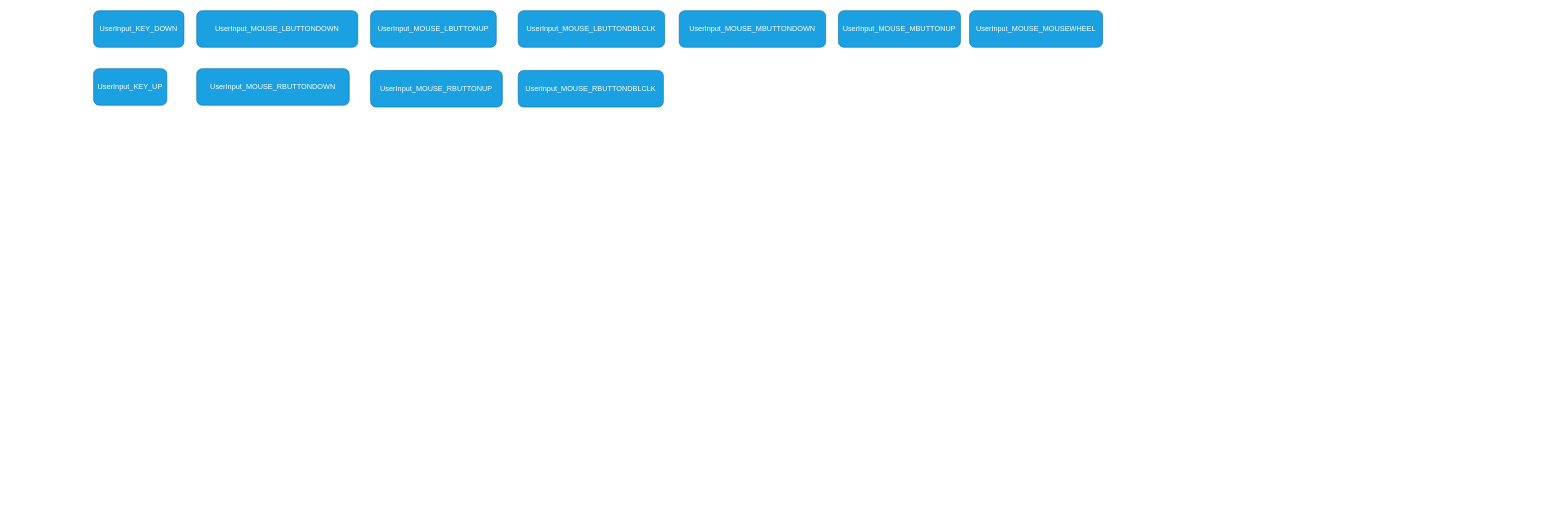
The draw.io diagram page "usdrinput.cpp" (5 of 17) of GLPA/設計書.drawio in Tanso-mct/GLPA, before the edit. Source tidied: cells renumbered, new cells numbered last; positions are measured from the earlier drawing's top-left corner, leaving out a move shared by most shapes. Both pictures are drawn from the tidied source at 61%, with x=0, y=0 at pixel (93, 10).
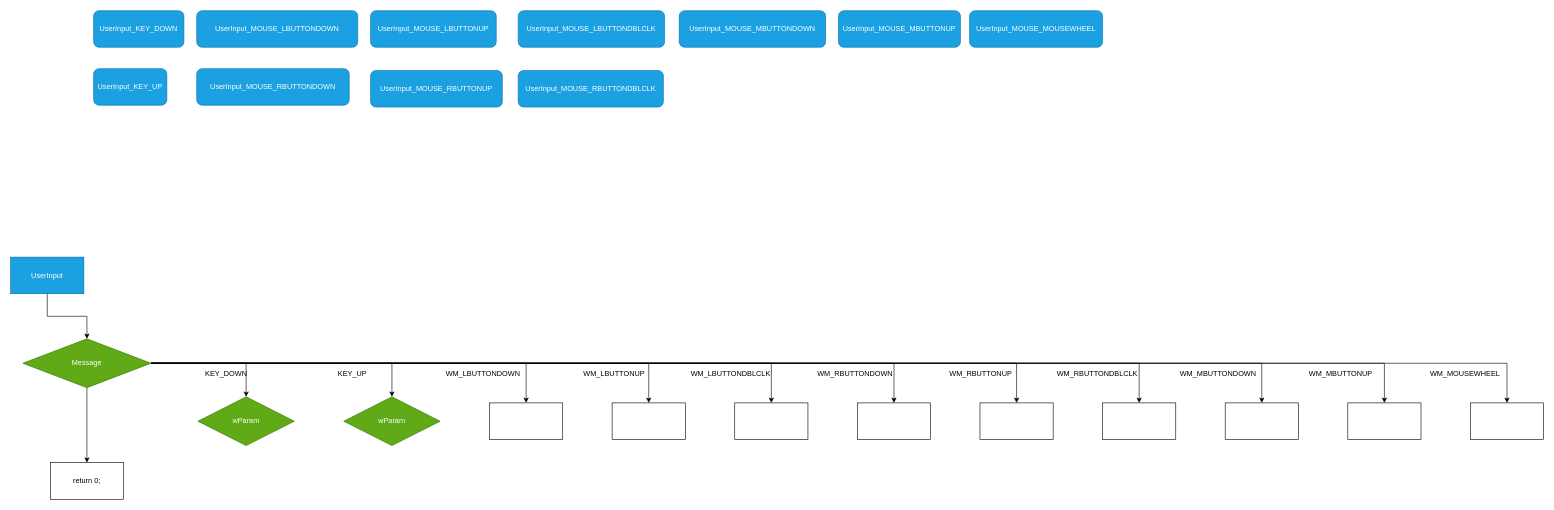
The same diagram, later.

Diff of the diagram source:
```diff
@@
+    <mxCell id="13" style="edgeStyle=orthogonalEdgeStyle;rounded=0;jettySize=auto;html=1;" parent="1" edge="1" source="14" target="27">
+      <mxGeometry relative="1" as="geometry" />
+    </mxCell>
+    <mxCell id="14" value="UserInput" style="whiteSpace=wrap;html=1;fillColor=#1ba1e2;fontColor=#ffffff;strokeColor=#006EAF;" parent="1" vertex="1">
+      <mxGeometry x="-136" y="404" width="120" height="60" as="geometry" />
+    </mxCell>
+    <mxCell id="15" style="edgeStyle=orthogonalEdgeStyle;rounded=0;jettySize=auto;html=1;entryX=0.5;entryY=0;entryDx=0;entryDy=0;" parent="1" edge="1" source="27" target="29">
+      <mxGeometry relative="1" as="geometry" />
+    </mxCell>
+    <mxCell id="16" style="edgeStyle=orthogonalEdgeStyle;rounded=0;jettySize=auto;html=1;entryX=0.5;entryY=0;entryDx=0;entryDy=0;" parent="1" edge="1" source="27" target="31">
+      <mxGeometry relative="1" as="geometry" />
+    </mxCell>
+    <mxCell id="17" style="edgeStyle=orthogonalEdgeStyle;rounded=0;jettySize=auto;html=1;entryX=0.5;entryY=0;entryDx=0;entryDy=0;" parent="1" edge="1" source="27" target="32">
+      <mxGeometry relative="1" as="geometry" />
+    </mxCell>
+    <mxCell id="18" style="edgeStyle=orthogonalEdgeStyle;rounded=0;jettySize=auto;html=1;entryX=0.5;entryY=0;entryDx=0;entryDy=0;" parent="1" edge="1" source="27" target="33">
+      <mxGeometry relative="1" as="geometry" />
+    </mxCell>
+    <mxCell id="19" style="edgeStyle=orthogonalEdgeStyle;rounded=0;jettySize=auto;html=1;" parent="1" edge="1" source="27" target="37">
+      <mxGeometry relative="1" as="geometry" />
+    </mxCell>
+    <mxCell id="20" style="edgeStyle=orthogonalEdgeStyle;rounded=0;jettySize=auto;html=1;entryX=0.5;entryY=0;entryDx=0;entryDy=0;" parent="1" edge="1" source="27" target="38">
+      <mxGeometry relative="1" as="geometry" />
+    </mxCell>
+    <mxCell id="21" style="edgeStyle=orthogonalEdgeStyle;rounded=0;jettySize=auto;html=1;entryX=0.5;entryY=0;entryDx=0;entryDy=0;" parent="1" edge="1" source="27" target="40">
+      <mxGeometry relative="1" as="geometry" />
+    </mxCell>
+    <mxCell id="22" style="edgeStyle=orthogonalEdgeStyle;rounded=0;jettySize=auto;html=1;entryX=0.5;entryY=0;entryDx=0;entryDy=0;" parent="1" edge="1" source="27" target="42">
+      <mxGeometry relative="1" as="geometry" />
+    </mxCell>
+    <mxCell id="23" style="edgeStyle=orthogonalEdgeStyle;rounded=0;jettySize=auto;html=1;entryX=0.5;entryY=0;entryDx=0;entryDy=0;" parent="1" edge="1" source="27" target="47">
+      <mxGeometry relative="1" as="geometry" />
+    </mxCell>
+    <mxCell id="24" style="edgeStyle=orthogonalEdgeStyle;rounded=0;jettySize=auto;html=1;entryX=0.5;entryY=0;entryDx=0;entryDy=0;" parent="1" edge="1" source="27" target="48">
+      <mxGeometry relative="1" as="geometry" />
+    </mxCell>
+    <mxCell id="25" style="edgeStyle=orthogonalEdgeStyle;rounded=0;jettySize=auto;html=1;entryX=0.5;entryY=0;entryDx=0;entryDy=0;" parent="1" edge="1" source="27" target="49">
+      <mxGeometry relative="1" as="geometry" />
+    </mxCell>
+    <mxCell id="26" style="edgeStyle=orthogonalEdgeStyle;rounded=0;jettySize=auto;html=1;" parent="1" edge="1" source="27" target="50">
+      <mxGeometry relative="1" as="geometry" />
+    </mxCell>
+    <mxCell id="27" value="Message" style="rhombus;whiteSpace=wrap;html=1;fillColor=#60a917;fontColor=#ffffff;strokeColor=#2D7600;" parent="1" vertex="1">
+      <mxGeometry x="-116" y="538" width="210" height="80" as="geometry" />
+    </mxCell>
+    <mxCell id="28" value="KEY_DOWN" style="text;html=1;align=center;verticalAlign=middle;strokeColor=none;fillColor=none;" parent="1" vertex="1">
+      <mxGeometry x="173" y="582" width="87" height="26" as="geometry" />
+    </mxCell>
+    <mxCell id="29" value="wParam" style="rhombus;whiteSpace=wrap;html=1;fillColor=#60a917;fontColor=#ffffff;strokeColor=#2D7600;" parent="1" vertex="1">
+      <mxGeometry x="171" y="633" width="158" height="80" as="geometry" />
+    </mxCell>
+    <mxCell id="30" value="KEY_UP" style="text;html=1;align=center;verticalAlign=middle;strokeColor=none;fillColor=none;" parent="1" vertex="1">
+      <mxGeometry x="391" y="582" width="65" height="26" as="geometry" />
+    </mxCell>
+    <mxCell id="31" value="wParam" style="rhombus;whiteSpace=wrap;html=1;fillColor=#60a917;fontColor=#ffffff;strokeColor=#2D7600;" parent="1" vertex="1">
+      <mxGeometry x="410" y="633" width="158" height="80" as="geometry" />
+    </mxCell>
+    <mxCell id="32" style="whiteSpace=wrap;html=1;" parent="1" vertex="1">
+      <mxGeometry x="649" y="643" width="120" height="60" as="geometry" />
+    </mxCell>
+    <mxCell id="33" style="whiteSpace=wrap;html=1;" parent="1" vertex="1">
+      <mxGeometry x="850" y="643" width="120" height="60" as="geometry" />
+    </mxCell>
+    <mxCell id="34" value="WM_LBUTTONDOWN" style="text;html=1;align=center;verticalAlign=middle;strokeColor=none;fillColor=none;" parent="1" vertex="1">
+      <mxGeometry x="568" y="582" width="140" height="26" as="geometry" />
+    </mxCell>
+    <mxCell id="35" value="WM_LBUTTONUP" style="text;html=1;align=center;verticalAlign=middle;strokeColor=none;fillColor=none;" parent="1" vertex="1">
+      <mxGeometry x="794" y="582" width="118" height="26" as="geometry" />
+    </mxCell>
+    <mxCell id="36" value="WM_LBUTTONDBLCLK" style="text;html=1;align=center;verticalAlign=middle;strokeColor=none;fillColor=none;" parent="1" vertex="1">
+      <mxGeometry x="970" y="582" width="148" height="26" as="geometry" />
+    </mxCell>
+    <mxCell id="37" style="whiteSpace=wrap;html=1;" parent="1" vertex="1">
+      <mxGeometry x="1051" y="643" width="120" height="60" as="geometry" />
+    </mxCell>
+    <mxCell id="38" style="whiteSpace=wrap;html=1;" parent="1" vertex="1">
+      <mxGeometry x="1252" y="643" width="120" height="60" as="geometry" />
+    </mxCell>
+    <mxCell id="39" value="WM_RBUTTONDOWN" style="text;html=1;align=center;verticalAlign=middle;strokeColor=none;fillColor=none;" parent="1" vertex="1">
+      <mxGeometry x="1177" y="582" width="142" height="26" as="geometry" />
+    </mxCell>
+    <mxCell id="40" style="whiteSpace=wrap;html=1;" parent="1" vertex="1">
+      <mxGeometry x="1453" y="643" width="120" height="60" as="geometry" />
+    </mxCell>
+    <mxCell id="41" value="WM_RBUTTONUP" style="text;html=1;align=center;verticalAlign=middle;strokeColor=none;fillColor=none;" parent="1" vertex="1">
+      <mxGeometry x="1394" y="582" width="120" height="26" as="geometry" />
+    </mxCell>
+    <mxCell id="42" style="whiteSpace=wrap;html=1;" parent="1" vertex="1">
+      <mxGeometry x="1654" y="643" width="120" height="60" as="geometry" />
+    </mxCell>
+    <mxCell id="43" value="WM_RBUTTONDBLCLK" style="text;html=1;align=center;verticalAlign=middle;strokeColor=none;fillColor=none;" parent="1" vertex="1">
+      <mxGeometry x="1570" y="582" width="150" height="26" as="geometry" />
+    </mxCell>
+    <mxCell id="44" value="WM_MBUTTONDOWN" style="text;html=1;align=center;verticalAlign=middle;strokeColor=none;fillColor=none;" parent="1" vertex="1">
+      <mxGeometry x="1771" y="582" width="143" height="26" as="geometry" />
+    </mxCell>
+    <mxCell id="45" value="WM_MBUTTONUP" style="text;html=1;align=center;verticalAlign=middle;strokeColor=none;fillColor=none;" parent="1" vertex="1">
+      <mxGeometry x="1983" y="582" width="122" height="26" as="geometry" />
+    </mxCell>
+    <mxCell id="46" value="WM_MOUSEWHEEL" style="text;html=1;align=center;verticalAlign=middle;strokeColor=none;fillColor=none;" parent="1" vertex="1">
+      <mxGeometry x="2181" y="582" width="133" height="26" as="geometry" />
+    </mxCell>
+    <mxCell id="47" style="whiteSpace=wrap;html=1;" parent="1" vertex="1">
+      <mxGeometry x="1855" y="643" width="120" height="60" as="geometry" />
+    </mxCell>
+    <mxCell id="48" style="whiteSpace=wrap;html=1;" parent="1" vertex="1">
+      <mxGeometry x="2056" y="643" width="120" height="60" as="geometry" />
+    </mxCell>
+    <mxCell id="49" style="whiteSpace=wrap;html=1;" parent="1" vertex="1">
+      <mxGeometry x="2257" y="643" width="120" height="60" as="geometry" />
+    </mxCell>
+    <mxCell id="50" value="return 0;" style="whiteSpace=wrap;html=1;" parent="1" vertex="1">
+      <mxGeometry x="-71" y="741" width="120" height="60" as="geometry" />
+    </mxCell>
```
